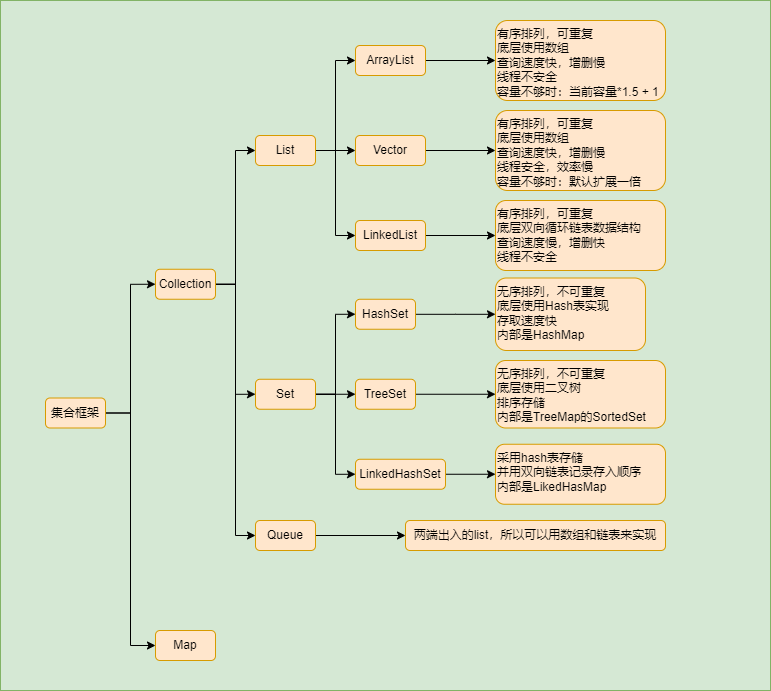
lore-study/java-picture-bed keeps this draw.io diagram as java/Java集合.png. Above is the earlier version. Source tidied: cells renumbered, new cells last; positions are measured from the earlier drawing's top-left corner, leaving out a move shared by most shapes. The source it was exported from:
```xml
<mxGraphModel>
  <root>
    <mxCell id="0" />
    <mxCell id="1" parent="0" />
    <mxCell id="2" style="rounded=0;whiteSpace=wrap;html=1;fillColor=#d5e8d4;strokeColor=#82b366;" parent="1" vertex="1">
      <mxGeometry width="770" height="690" as="geometry" />
    </mxCell>
    <mxCell id="3" style="edgeStyle=orthogonalEdgeStyle;rounded=0;jettySize=auto;html=1;entryX=0;entryY=0.5;entryDx=0;entryDy=0;" parent="1" edge="1" source="5" target="9">
      <mxGeometry relative="1" as="geometry" />
    </mxCell>
    <mxCell id="4" style="edgeStyle=orthogonalEdgeStyle;rounded=0;jettySize=auto;html=1;entryX=0;entryY=0.5;entryDx=0;entryDy=0;" parent="1" edge="1" source="5" target="10">
      <mxGeometry relative="1" as="geometry" />
    </mxCell>
    <mxCell id="5" value="集合框架" style="rounded=1;whiteSpace=wrap;html=1;fillColor=#ffe6cc;strokeColor=#d79b00;" parent="1" vertex="1">
      <mxGeometry x="45" y="397.5" width="60" height="30" as="geometry" />
    </mxCell>
    <mxCell id="6" style="edgeStyle=orthogonalEdgeStyle;rounded=0;jettySize=auto;html=1;entryX=0;entryY=0.5;entryDx=0;entryDy=0;" parent="1" edge="1" source="9" target="14">
      <mxGeometry relative="1" as="geometry" />
    </mxCell>
    <mxCell id="7" style="edgeStyle=orthogonalEdgeStyle;rounded=0;jettySize=auto;html=1;entryX=0;entryY=0.5;entryDx=0;entryDy=0;" parent="1" edge="1" source="9" target="18">
      <mxGeometry relative="1" as="geometry" />
    </mxCell>
    <mxCell id="8" style="edgeStyle=orthogonalEdgeStyle;rounded=0;jettySize=auto;html=1;entryX=0;entryY=0.5;entryDx=0;entryDy=0;" parent="1" edge="1" source="9" target="20">
      <mxGeometry relative="1" as="geometry" />
    </mxCell>
    <mxCell id="9" value="Collection" style="rounded=1;whiteSpace=wrap;html=1;fillColor=#ffe6cc;strokeColor=#d79b00;" parent="1" vertex="1">
      <mxGeometry x="155" y="268.8" width="60" height="30" as="geometry" />
    </mxCell>
    <mxCell id="10" value="Map" style="rounded=1;whiteSpace=wrap;html=1;fillColor=#ffe6cc;strokeColor=#d79b00;" parent="1" vertex="1">
      <mxGeometry x="155" y="630" width="60" height="30" as="geometry" />
    </mxCell>
    <mxCell id="11" style="edgeStyle=orthogonalEdgeStyle;rounded=0;jettySize=auto;html=1;entryX=0;entryY=0.5;entryDx=0;entryDy=0;" parent="1" edge="1" source="14" target="22">
      <mxGeometry relative="1" as="geometry" />
    </mxCell>
    <mxCell id="12" style="edgeStyle=orthogonalEdgeStyle;rounded=0;jettySize=auto;html=1;entryX=0;entryY=0.5;entryDx=0;entryDy=0;" parent="1" edge="1" source="14" target="24">
      <mxGeometry relative="1" as="geometry" />
    </mxCell>
    <mxCell id="13" style="edgeStyle=orthogonalEdgeStyle;rounded=0;jettySize=auto;html=1;entryX=0;entryY=0.5;entryDx=0;entryDy=0;" parent="1" edge="1" source="14" target="26">
      <mxGeometry relative="1" as="geometry" />
    </mxCell>
    <mxCell id="14" value="List" style="rounded=1;whiteSpace=wrap;html=1;fillColor=#ffe6cc;strokeColor=#d79b00;" parent="1" vertex="1">
      <mxGeometry x="255" y="135" width="60" height="30" as="geometry" />
    </mxCell>
    <mxCell id="15" style="edgeStyle=orthogonalEdgeStyle;rounded=0;jettySize=auto;html=1;entryX=0;entryY=0.5;entryDx=0;entryDy=0;" parent="1" edge="1" source="18" target="28">
      <mxGeometry relative="1" as="geometry" />
    </mxCell>
    <mxCell id="16" style="edgeStyle=orthogonalEdgeStyle;rounded=0;jettySize=auto;html=1;entryX=0;entryY=0.5;entryDx=0;entryDy=0;" parent="1" edge="1" source="18" target="30">
      <mxGeometry relative="1" as="geometry" />
    </mxCell>
    <mxCell id="17" style="edgeStyle=orthogonalEdgeStyle;rounded=0;jettySize=auto;html=1;entryX=0;entryY=0.5;entryDx=0;entryDy=0;" parent="1" edge="1" source="18" target="32">
      <mxGeometry relative="1" as="geometry" />
    </mxCell>
    <mxCell id="18" value="Set" style="rounded=1;whiteSpace=wrap;html=1;fillColor=#ffe6cc;strokeColor=#d79b00;" parent="1" vertex="1">
      <mxGeometry x="255" y="378.8" width="60" height="30" as="geometry" />
    </mxCell>
    <mxCell id="19" style="edgeStyle=orthogonalEdgeStyle;rounded=0;jettySize=auto;html=1;" parent="1" edge="1" source="20" target="39">
      <mxGeometry relative="1" as="geometry" />
    </mxCell>
    <mxCell id="20" value="Queue" style="rounded=1;whiteSpace=wrap;html=1;fillColor=#ffe6cc;strokeColor=#d79b00;" parent="1" vertex="1">
      <mxGeometry x="255" y="520" width="60" height="30" as="geometry" />
    </mxCell>
    <mxCell id="21" style="edgeStyle=orthogonalEdgeStyle;rounded=0;jettySize=auto;html=1;" parent="1" edge="1" source="22" target="33">
      <mxGeometry relative="1" as="geometry" />
    </mxCell>
    <mxCell id="22" value="ArrayList" style="rounded=1;whiteSpace=wrap;html=1;fillColor=#ffe6cc;strokeColor=#d79b00;" parent="1" vertex="1">
      <mxGeometry x="355" y="45" width="70" height="30" as="geometry" />
    </mxCell>
    <mxCell id="23" style="edgeStyle=orthogonalEdgeStyle;rounded=0;jettySize=auto;html=1;" parent="1" edge="1" source="24" target="34">
      <mxGeometry relative="1" as="geometry" />
    </mxCell>
    <mxCell id="24" value="Vector" style="rounded=1;whiteSpace=wrap;html=1;fillColor=#ffe6cc;strokeColor=#d79b00;" parent="1" vertex="1">
      <mxGeometry x="355" y="135" width="70" height="30" as="geometry" />
    </mxCell>
    <mxCell id="25" style="edgeStyle=orthogonalEdgeStyle;rounded=0;jettySize=auto;html=1;" parent="1" edge="1" source="26" target="35">
      <mxGeometry relative="1" as="geometry" />
    </mxCell>
    <mxCell id="26" value="LinkedList" style="rounded=1;whiteSpace=wrap;html=1;fillColor=#ffe6cc;strokeColor=#d79b00;" parent="1" vertex="1">
      <mxGeometry x="355" y="220" width="70" height="30" as="geometry" />
    </mxCell>
    <mxCell id="27" style="edgeStyle=orthogonalEdgeStyle;rounded=0;jettySize=auto;html=1;" parent="1" edge="1" source="28" target="36">
      <mxGeometry relative="1" as="geometry" />
    </mxCell>
    <mxCell id="28" value="HashSet" style="rounded=1;whiteSpace=wrap;html=1;fillColor=#ffe6cc;strokeColor=#d79b00;" parent="1" vertex="1">
      <mxGeometry x="355" y="298.8" width="60" height="30" as="geometry" />
    </mxCell>
    <mxCell id="29" style="edgeStyle=orthogonalEdgeStyle;rounded=0;jettySize=auto;html=1;entryX=0;entryY=0.5;entryDx=0;entryDy=0;" parent="1" edge="1" source="30" target="37">
      <mxGeometry relative="1" as="geometry" />
    </mxCell>
    <mxCell id="30" value="TreeSet" style="rounded=1;whiteSpace=wrap;html=1;fillColor=#ffe6cc;strokeColor=#d79b00;" parent="1" vertex="1">
      <mxGeometry x="355" y="378.8" width="60" height="30" as="geometry" />
    </mxCell>
    <mxCell id="31" style="edgeStyle=orthogonalEdgeStyle;rounded=0;jettySize=auto;html=1;" parent="1" edge="1" source="32" target="38">
      <mxGeometry relative="1" as="geometry" />
    </mxCell>
    <mxCell id="32" value="LinkedHashSet" style="rounded=1;whiteSpace=wrap;html=1;fillColor=#ffe6cc;strokeColor=#d79b00;" parent="1" vertex="1">
      <mxGeometry x="355" y="458.8" width="90" height="30" as="geometry" />
    </mxCell>
    <mxCell id="33" value="有序排列，可重复&lt;br&gt;底层使用数组&lt;br&gt;查询速度快，增删慢&lt;br&gt;线程不安全&lt;br&gt;容量不够时：当前容量*1.5 + 1" style="rounded=1;whiteSpace=wrap;html=1;fillColor=#ffe6cc;strokeColor=#d79b00;align=left;verticalAlign=top;" parent="1" vertex="1">
      <mxGeometry x="495" y="20" width="170" height="80" as="geometry" />
    </mxCell>
    <mxCell id="34" value="&lt;span&gt;有序排列，可重复&lt;/span&gt;&lt;br&gt;&lt;span&gt;底层使用数组&lt;/span&gt;&lt;br&gt;&lt;span&gt;查询速度快，增删慢&lt;/span&gt;&lt;br&gt;&lt;span&gt;线程安全，效率慢&lt;/span&gt;&lt;br&gt;&lt;span&gt;容量不够时：默认扩展一倍&lt;/span&gt;" style="rounded=1;whiteSpace=wrap;html=1;fillColor=#ffe6cc;strokeColor=#d79b00;align=left;verticalAlign=top;" parent="1" vertex="1">
      <mxGeometry x="495" y="110" width="170" height="80" as="geometry" />
    </mxCell>
    <mxCell id="35" value="&lt;span&gt;有序排列，可重复&lt;/span&gt;&lt;br&gt;&lt;span&gt;底层双向循环链表数据结构&lt;/span&gt;&lt;br&gt;&lt;span&gt;查询速度慢，增删快&lt;/span&gt;&lt;br&gt;&lt;span&gt;线程不安全&lt;/span&gt;" style="rounded=1;whiteSpace=wrap;html=1;fillColor=#ffe6cc;strokeColor=#d79b00;align=left;verticalAlign=top;" parent="1" vertex="1">
      <mxGeometry x="495" y="200" width="170" height="70" as="geometry" />
    </mxCell>
    <mxCell id="36" value="无序排列，不可重复&lt;br&gt;底层使用Hash表实现&lt;br&gt;存取速度快&lt;br&gt;内部是HashMap" style="rounded=1;whiteSpace=wrap;html=1;fillColor=#ffe6cc;strokeColor=#d79b00;align=left;verticalAlign=top;" parent="1" vertex="1">
      <mxGeometry x="495" y="277.5" width="150" height="72.5" as="geometry" />
    </mxCell>
    <mxCell id="37" value="无序排列，不可重复&lt;br&gt;底层使用二叉树&lt;br&gt;排序存储&lt;br&gt;内部是TreeMap的SortedSet" style="rounded=1;whiteSpace=wrap;html=1;fillColor=#ffe6cc;strokeColor=#d79b00;align=left;verticalAlign=top;" parent="1" vertex="1">
      <mxGeometry x="495" y="360" width="170" height="67.5" as="geometry" />
    </mxCell>
    <mxCell id="38" value="采用hash表存储&lt;br&gt;并用双向链表记录存入顺序&lt;br&gt;内部是LikedHasMap" style="rounded=1;whiteSpace=wrap;html=1;fillColor=#ffe6cc;strokeColor=#d79b00;align=left;verticalAlign=top;" parent="1" vertex="1">
      <mxGeometry x="495" y="443.8" width="170" height="60" as="geometry" />
    </mxCell>
    <mxCell id="39" value="两端出入的list，所以可以用数组和链表来实现" style="rounded=1;whiteSpace=wrap;html=1;fillColor=#ffe6cc;strokeColor=#d79b00;" parent="1" vertex="1">
      <mxGeometry x="405" y="520" width="260" height="30" as="geometry" />
    </mxCell>
  </root>
</mxGraphModel>
```
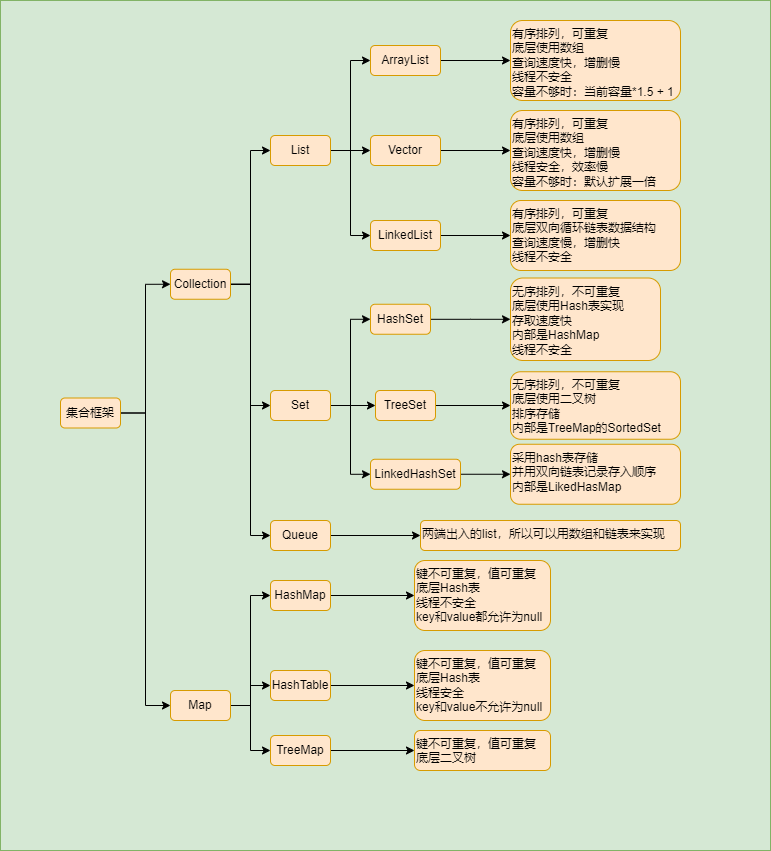
Later version of the same file.

Change to the diagram source:
```diff
@@ -3,7 +3,7 @@
     <mxCell id="0" />
     <mxCell id="1" parent="0" />
     <mxCell id="2" style="rounded=0;whiteSpace=wrap;html=1;fillColor=#d5e8d4;strokeColor=#82b366;" parent="1" vertex="1">
-      <mxGeometry width="770" height="690" as="geometry" />
+      <mxGeometry x="-15" width="770" height="850" as="geometry" />
     </mxCell>
     <mxCell id="3" style="edgeStyle=orthogonalEdgeStyle;rounded=0;jettySize=auto;html=1;entryX=0;entryY=0.5;entryDx=0;entryDy=0;" parent="1" edge="1" source="5" target="9">
       <mxGeometry relative="1" as="geometry" />
@@ -26,8 +26,17 @@
     <mxCell id="9" value="Collection" style="rounded=1;whiteSpace=wrap;html=1;fillColor=#ffe6cc;strokeColor=#d79b00;" parent="1" vertex="1">
       <mxGeometry x="155" y="268.8" width="60" height="30" as="geometry" />
     </mxCell>
+    <mxCell id="40" style="edgeStyle=orthogonalEdgeStyle;rounded=0;jettySize=auto;html=1;entryX=0;entryY=0.5;entryDx=0;entryDy=0;" parent="1" edge="1" source="10" target="48">
+      <mxGeometry relative="1" as="geometry" />
+    </mxCell>
+    <mxCell id="41" style="edgeStyle=orthogonalEdgeStyle;rounded=0;jettySize=auto;html=1;entryX=0;entryY=0.5;entryDx=0;entryDy=0;" parent="1" edge="1" source="10" target="46">
+      <mxGeometry relative="1" as="geometry" />
+    </mxCell>
+    <mxCell id="42" style="edgeStyle=orthogonalEdgeStyle;rounded=0;jettySize=auto;html=1;entryX=0;entryY=0.5;entryDx=0;entryDy=0;" parent="1" edge="1" source="10" target="44">
+      <mxGeometry relative="1" as="geometry" />
+    </mxCell>
     <mxCell id="10" value="Map" style="rounded=1;whiteSpace=wrap;html=1;fillColor=#ffe6cc;strokeColor=#d79b00;" parent="1" vertex="1">
-      <mxGeometry x="155" y="630" width="60" height="30" as="geometry" />
+      <mxGeometry x="155" y="690" width="60" height="30" as="geometry" />
     </mxCell>
     <mxCell id="11" style="edgeStyle=orthogonalEdgeStyle;rounded=0;jettySize=auto;html=1;entryX=0;entryY=0.5;entryDx=0;entryDy=0;" parent="1" edge="1" source="14" target="22">
       <mxGeometry relative="1" as="geometry" />
@@ -51,7 +60,7 @@
       <mxGeometry relative="1" as="geometry" />
     </mxCell>
     <mxCell id="18" value="Set" style="rounded=1;whiteSpace=wrap;html=1;fillColor=#ffe6cc;strokeColor=#d79b00;" parent="1" vertex="1">
-      <mxGeometry x="255" y="378.8" width="60" height="30" as="geometry" />
+      <mxGeometry x="255" y="390" width="60" height="30" as="geometry" />
     </mxCell>
     <mxCell id="19" style="edgeStyle=orthogonalEdgeStyle;rounded=0;jettySize=auto;html=1;" parent="1" edge="1" source="20" target="39">
       <mxGeometry relative="1" as="geometry" />
@@ -81,13 +90,13 @@
       <mxGeometry relative="1" as="geometry" />
     </mxCell>
     <mxCell id="28" value="HashSet" style="rounded=1;whiteSpace=wrap;html=1;fillColor=#ffe6cc;strokeColor=#d79b00;" parent="1" vertex="1">
-      <mxGeometry x="355" y="298.8" width="60" height="30" as="geometry" />
+      <mxGeometry x="355" y="303.8" width="60" height="30" as="geometry" />
     </mxCell>
     <mxCell id="29" style="edgeStyle=orthogonalEdgeStyle;rounded=0;jettySize=auto;html=1;entryX=0;entryY=0.5;entryDx=0;entryDy=0;" parent="1" edge="1" source="30" target="37">
       <mxGeometry relative="1" as="geometry" />
     </mxCell>
     <mxCell id="30" value="TreeSet" style="rounded=1;whiteSpace=wrap;html=1;fillColor=#ffe6cc;strokeColor=#d79b00;" parent="1" vertex="1">
-      <mxGeometry x="355" y="378.8" width="60" height="30" as="geometry" />
+      <mxGeometry x="360" y="390" width="60" height="30" as="geometry" />
     </mxCell>
     <mxCell id="31" style="edgeStyle=orthogonalEdgeStyle;rounded=0;jettySize=auto;html=1;" parent="1" edge="1" source="32" target="38">
       <mxGeometry relative="1" as="geometry" />
@@ -104,17 +113,44 @@
     <mxCell id="35" value="&lt;span&gt;有序排列，可重复&lt;/span&gt;&lt;br&gt;&lt;span&gt;底层双向循环链表数据结构&lt;/span&gt;&lt;br&gt;&lt;span&gt;查询速度慢，增删快&lt;/span&gt;&lt;br&gt;&lt;span&gt;线程不安全&lt;/span&gt;" style="rounded=1;whiteSpace=wrap;html=1;fillColor=#ffe6cc;strokeColor=#d79b00;align=left;verticalAlign=top;" parent="1" vertex="1">
       <mxGeometry x="495" y="200" width="170" height="70" as="geometry" />
     </mxCell>
-    <mxCell id="36" value="无序排列，不可重复&lt;br&gt;底层使用Hash表实现&lt;br&gt;存取速度快&lt;br&gt;内部是HashMap" style="rounded=1;whiteSpace=wrap;html=1;fillColor=#ffe6cc;strokeColor=#d79b00;align=left;verticalAlign=top;" parent="1" vertex="1">
-      <mxGeometry x="495" y="277.5" width="150" height="72.5" as="geometry" />
+    <mxCell id="36" value="无序排列，不可重复&lt;br&gt;底层使用Hash表实现&lt;br&gt;存取速度快&lt;br&gt;内部是HashMap&lt;br&gt;线程不安全" style="rounded=1;whiteSpace=wrap;html=1;fillColor=#ffe6cc;strokeColor=#d79b00;align=left;verticalAlign=top;" parent="1" vertex="1">
+      <mxGeometry x="495" y="277.5" width="150" height="82.5" as="geometry" />
     </mxCell>
     <mxCell id="37" value="无序排列，不可重复&lt;br&gt;底层使用二叉树&lt;br&gt;排序存储&lt;br&gt;内部是TreeMap的SortedSet" style="rounded=1;whiteSpace=wrap;html=1;fillColor=#ffe6cc;strokeColor=#d79b00;align=left;verticalAlign=top;" parent="1" vertex="1">
-      <mxGeometry x="495" y="360" width="170" height="67.5" as="geometry" />
+      <mxGeometry x="495" y="371.2" width="170" height="67.5" as="geometry" />
     </mxCell>
     <mxCell id="38" value="采用hash表存储&lt;br&gt;并用双向链表记录存入顺序&lt;br&gt;内部是LikedHasMap" style="rounded=1;whiteSpace=wrap;html=1;fillColor=#ffe6cc;strokeColor=#d79b00;align=left;verticalAlign=top;" parent="1" vertex="1">
       <mxGeometry x="495" y="443.8" width="170" height="60" as="geometry" />
     </mxCell>
-    <mxCell id="39" value="两端出入的list，所以可以用数组和链表来实现" style="rounded=1;whiteSpace=wrap;html=1;fillColor=#ffe6cc;strokeColor=#d79b00;" parent="1" vertex="1">
+    <mxCell id="39" value="两端出入的list，所以可以用数组和链表来实现" style="rounded=1;whiteSpace=wrap;html=1;fillColor=#ffe6cc;strokeColor=#d79b00;align=left;verticalAlign=top;" parent="1" vertex="1">
       <mxGeometry x="405" y="520" width="260" height="30" as="geometry" />
     </mxCell>
+    <mxCell id="43" style="edgeStyle=orthogonalEdgeStyle;rounded=0;jettySize=auto;html=1;" parent="1" edge="1" source="44" target="49">
+      <mxGeometry relative="1" as="geometry" />
+    </mxCell>
+    <mxCell id="44" value="HashMap" style="rounded=1;whiteSpace=wrap;html=1;fillColor=#ffe6cc;strokeColor=#d79b00;" parent="1" vertex="1">
+      <mxGeometry x="255" y="580" width="60" height="30" as="geometry" />
+    </mxCell>
+    <mxCell id="45" style="edgeStyle=orthogonalEdgeStyle;rounded=0;jettySize=auto;html=1;" parent="1" edge="1" source="46" target="51">
+      <mxGeometry relative="1" as="geometry" />
+    </mxCell>
+    <mxCell id="46" value="TreeMap" style="rounded=1;whiteSpace=wrap;html=1;fillColor=#ffe6cc;strokeColor=#d79b00;" parent="1" vertex="1">
+      <mxGeometry x="255" y="735" width="60" height="30" as="geometry" />
+    </mxCell>
+    <mxCell id="47" style="edgeStyle=orthogonalEdgeStyle;rounded=0;jettySize=auto;html=1;" parent="1" edge="1" source="48" target="50">
+      <mxGeometry relative="1" as="geometry" />
+    </mxCell>
+    <mxCell id="48" value="HashTable" style="rounded=1;whiteSpace=wrap;html=1;fillColor=#ffe6cc;strokeColor=#d79b00;" parent="1" vertex="1">
+      <mxGeometry x="255" y="670" width="60" height="30" as="geometry" />
+    </mxCell>
+    <mxCell id="49" value="键不可重复，值可重复&lt;br&gt;底层Hash表&lt;br&gt;线程不安全&lt;br&gt;key和value都允许为null" style="rounded=1;whiteSpace=wrap;html=1;fillColor=#ffe6cc;strokeColor=#d79b00;align=left;verticalAlign=top;" parent="1" vertex="1">
+      <mxGeometry x="399" y="560" width="136" height="70" as="geometry" />
+    </mxCell>
+    <mxCell id="50" value="键不可重复，值可重复&lt;br&gt;底层Hash表&lt;br&gt;线程安全&lt;br&gt;key和value不允许为null" style="rounded=1;whiteSpace=wrap;html=1;fillColor=#ffe6cc;strokeColor=#d79b00;align=left;verticalAlign=top;" parent="1" vertex="1">
+      <mxGeometry x="399" y="650" width="136" height="70" as="geometry" />
+    </mxCell>
+    <mxCell id="51" value="键不可重复，值可重复&lt;br&gt;底层二叉树" style="rounded=1;whiteSpace=wrap;html=1;fillColor=#ffe6cc;strokeColor=#d79b00;align=left;verticalAlign=top;" parent="1" vertex="1">
+      <mxGeometry x="399" y="730" width="136" height="40" as="geometry" />
+    </mxCell>
   </root>
 </mxGraphModel>
```
